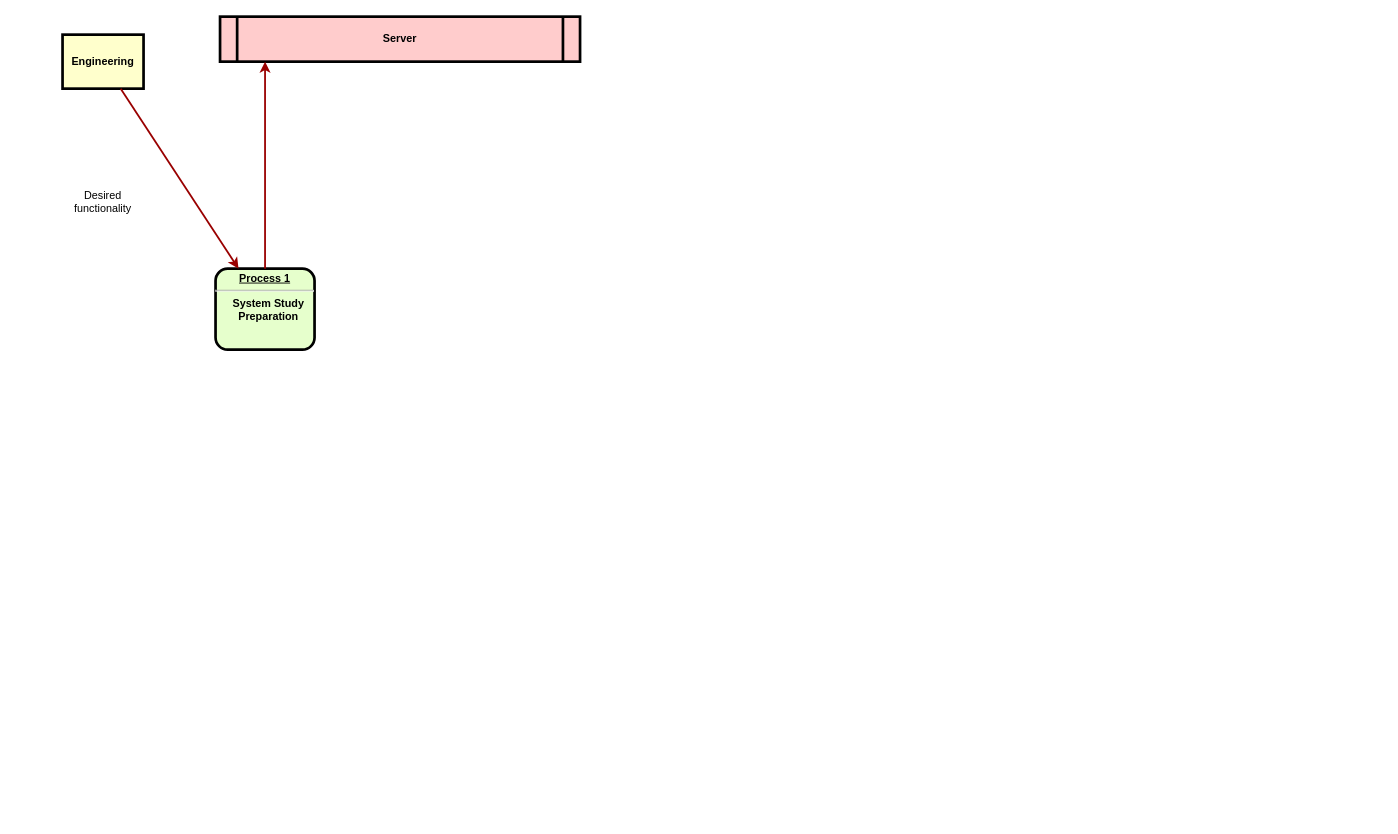
This is Untitled Diagram.drawio from Havasneeze/Adventure1, a draw.io file, before an edit. Source tidied: cells renumbered, new cells numbered last; positions are measured from the earlier drawing's top-left corner, leaving out a move shared by most shapes. Both pictures are drawn from the tidied source at 90%, with x=0, y=0 at pixel (62, 16).
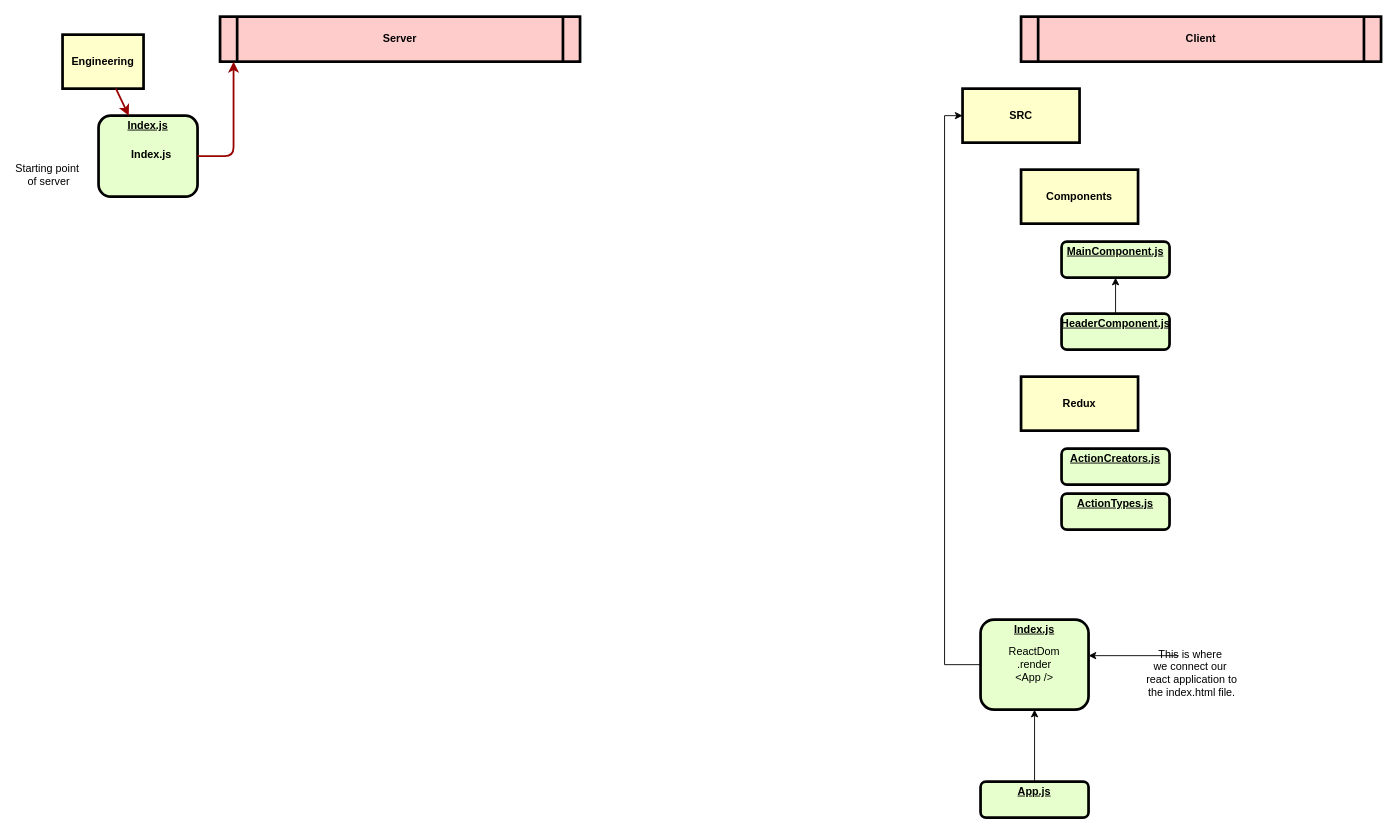
After the change.

Unchanged cells that the change refers to:
```xml
<mxCell id="4" value="Server" style="shape=process;whiteSpace=wrap;align=center;verticalAlign=middle;size=0.0475;fontStyle=1;strokeWidth=3;fillColor=#FFCCCC;" parent="1" vertex="1">
  <mxGeometry x="175" width="400" height="50" as="geometry" />
</mxCell>
```

The edit, as a diff of the source:
```diff
@@
-    <mxCell id="2" value="&lt;p style=&quot;margin: 0px; margin-top: 4px; text-align: center; text-decoration: underline;&quot;&gt;&lt;strong&gt;Process 1&lt;br /&gt;&lt;/strong&gt;&lt;/p&gt;&lt;hr /&gt;&lt;p style=&quot;margin: 0px; margin-left: 8px;&quot;&gt;System Study&lt;/p&gt;&lt;p style=&quot;margin: 0px; margin-left: 8px;&quot;&gt;Preparation&lt;/p&gt;" style="verticalAlign=middle;align=center;overflow=fill;fontSize=12;fontFamily=Helvetica;html=1;rounded=1;fontStyle=1;strokeWidth=3;fillColor=#E6FFCC;" parent="1" vertex="1">
-      <mxGeometry x="170" y="280" width="110" height="90" as="geometry" />
+    <mxCell id="2" value="&lt;p style=&quot;margin: 0px ; margin-top: 4px ; text-align: center ; text-decoration: underline&quot;&gt;&lt;strong&gt;Index.js&lt;/strong&gt;&lt;/p&gt;&lt;p style=&quot;margin: 0px ; margin-top: 4px ; text-align: center ; text-decoration: underline&quot;&gt;&lt;strong&gt;&lt;br&gt;&lt;/strong&gt;&lt;/p&gt;&lt;p style=&quot;margin: 0px ; margin-left: 8px&quot;&gt;Index.js&lt;/p&gt;" style="verticalAlign=middle;align=center;overflow=fill;fontSize=12;fontFamily=Helvetica;html=1;rounded=1;fontStyle=1;strokeWidth=3;fillColor=#E6FFCC;" parent="1" vertex="1">
+      <mxGeometry x="40" y="110" width="110" height="90" as="geometry" />
     </mxCell>
@@
-    <mxCell id="6" value="Desired &#10;functionality" style="text;spacingTop=-5;align=center;" parent="1" vertex="1">
-      <mxGeometry x="30" y="190" width="30" height="20" as="geometry" />
+    <mxCell id="6" value="Starting point &#10;of server" style="text;spacingTop=-5;align=center;" parent="1" vertex="1">
+      <mxGeometry x="-30" y="160" width="30" height="20" as="geometry" />
     </mxCell>
-    <mxCell id="7" style="edgeStyle=elbowEdgeStyle;elbow=horizontal;strokeColor=#990000;strokeWidth=2;" parent="1" edge="1" source="2" target="4">
+    <mxCell id="7" style="edgeStyle=elbowEdgeStyle;elbow=horizontal;strokeColor=#990000;strokeWidth=2;exitX=1;exitY=0.5;exitDx=0;exitDy=0;" parent="1" edge="1" source="2" target="4">
       <mxGeometry relative="1" as="geometry">
         <Array as="points">
-          <mxPoint x="230" y="360" />
+          <mxPoint x="190" y="170" />
         </Array>
       </mxGeometry>
     </mxCell>
+    <mxCell id="8" value="SRC" style="whiteSpace=wrap;align=center;verticalAlign=middle;fontStyle=1;strokeWidth=3;fillColor=#FFFFCC;" parent="1" vertex="1">
+      <mxGeometry x="1000" y="80" width="130" height="60" as="geometry" />
+    </mxCell>
+    <mxCell id="9" value="Client" style="shape=process;whiteSpace=wrap;align=center;verticalAlign=middle;size=0.0475;fontStyle=1;strokeWidth=3;fillColor=#FFCCCC;" parent="1" vertex="1">
+      <mxGeometry x="1065" width="400" height="50" as="geometry" />
+    </mxCell>
+    <mxCell id="10" style="edgeStyle=orthogonalEdgeStyle;rounded=0;jettySize=auto;html=1;entryX=1;entryY=0.4;entryDx=0;entryDy=0;entryPerimeter=0;" parent="1" edge="1" source="11" target="19">
+      <mxGeometry relative="1" as="geometry" />
+    </mxCell>
+    <mxCell id="11" value="This is where &#10;we connect our &#10;react application to &#10;the index.html file." style="text;spacingTop=-5;align=center;" parent="1" vertex="1">
+      <mxGeometry x="1240" y="700" width="30" height="20" as="geometry" />
+    </mxCell>
+    <mxCell id="12" value="Components" style="whiteSpace=wrap;align=center;verticalAlign=middle;fontStyle=1;strokeWidth=3;fillColor=#FFFFCC;" parent="1" vertex="1">
+      <mxGeometry x="1065" y="170" width="130" height="60" as="geometry" />
+    </mxCell>
+    <mxCell id="13" value="Redux" style="whiteSpace=wrap;align=center;verticalAlign=middle;fontStyle=1;strokeWidth=3;fillColor=#FFFFCC;" parent="1" vertex="1">
+      <mxGeometry x="1065" y="400" width="130" height="60" as="geometry" />
+    </mxCell>
+    <mxCell id="14" value="&lt;p style=&quot;margin: 0px ; margin-top: 4px ; text-align: center ; text-decoration: underline&quot;&gt;&lt;strong&gt;ActionCreators.js&lt;/strong&gt;&lt;/p&gt;" style="verticalAlign=middle;align=center;overflow=fill;fontSize=12;fontFamily=Helvetica;html=1;rounded=1;fontStyle=1;strokeWidth=3;fillColor=#E6FFCC;" parent="1" vertex="1">
+      <mxGeometry x="1110" y="480" width="120" height="40" as="geometry" />
+    </mxCell>
+    <mxCell id="15" value="&lt;p style=&quot;margin: 0px ; margin-top: 4px ; text-align: center ; text-decoration: underline&quot;&gt;&lt;strong&gt;ActionTypes.js&lt;/strong&gt;&lt;/p&gt;" style="verticalAlign=middle;align=center;overflow=fill;fontSize=12;fontFamily=Helvetica;html=1;rounded=1;fontStyle=1;strokeWidth=3;fillColor=#E6FFCC;" parent="1" vertex="1">
+      <mxGeometry x="1110" y="530" width="120" height="40" as="geometry" />
+    </mxCell>
+    <mxCell id="16" style="edgeStyle=orthogonalEdgeStyle;rounded=0;jettySize=auto;html=1;" parent="1" edge="1" source="17" target="19">
+      <mxGeometry relative="1" as="geometry" />
+    </mxCell>
+    <mxCell id="17" value="&lt;p style=&quot;margin: 0px ; margin-top: 4px ; text-align: center ; text-decoration: underline&quot;&gt;&lt;strong&gt;App.js&lt;/strong&gt;&lt;/p&gt;" style="verticalAlign=middle;align=center;overflow=fill;fontSize=12;fontFamily=Helvetica;html=1;rounded=1;fontStyle=1;strokeWidth=3;fillColor=#E6FFCC;" parent="1" vertex="1">
+      <mxGeometry x="1020" y="850" width="120" height="40" as="geometry" />
+    </mxCell>
+    <mxCell id="18" style="group;" parent="1" vertex="1">
+      <mxGeometry x="1020" y="670" width="120" height="100" as="geometry" />
+    </mxCell>
+    <mxCell id="19" value="&lt;p style=&quot;margin: 0px ; margin-top: 4px ; text-align: center ; text-decoration: underline&quot;&gt;&lt;strong&gt;Index.js&lt;/strong&gt;&lt;/p&gt;" style="verticalAlign=middle;align=center;overflow=fill;fontSize=12;fontFamily=Helvetica;html=1;rounded=1;fontStyle=1;strokeWidth=3;fillColor=#E6FFCC;" parent="18" vertex="1">
+      <mxGeometry width="120" height="100" as="geometry" />
+    </mxCell>
+    <mxCell id="20" value="ReactDom&lt;br&gt;.render &amp;lt;App /&amp;gt;" style="text;html=1;strokeColor=none;fillColor=none;align=center;verticalAlign=middle;whiteSpace=wrap;rounded=0;" parent="18" vertex="1">
+      <mxGeometry x="40" y="40" width="40" height="20" as="geometry" />
+    </mxCell>
+    <mxCell id="21" style="edgeStyle=orthogonalEdgeStyle;rounded=0;jettySize=auto;html=1;" parent="1" edge="1" source="22" target="23">
+      <mxGeometry relative="1" as="geometry" />
+    </mxCell>
+    <mxCell id="22" value="&lt;p style=&quot;margin: 0px ; margin-top: 4px ; text-align: center ; text-decoration: underline&quot;&gt;&lt;strong&gt;HeaderComponent.js&lt;/strong&gt;&lt;/p&gt;" style="verticalAlign=middle;align=center;overflow=fill;fontSize=12;fontFamily=Helvetica;html=1;rounded=1;fontStyle=1;strokeWidth=3;fillColor=#E6FFCC;" parent="1" vertex="1">
+      <mxGeometry x="1110" y="330" width="120" height="40" as="geometry" />
+    </mxCell>
+    <mxCell id="23" value="&lt;p style=&quot;margin: 0px ; margin-top: 4px ; text-align: center ; text-decoration: underline&quot;&gt;&lt;strong&gt;MainComponent.js&lt;/strong&gt;&lt;/p&gt;" style="verticalAlign=middle;align=center;overflow=fill;fontSize=12;fontFamily=Helvetica;html=1;rounded=1;fontStyle=1;strokeWidth=3;fillColor=#E6FFCC;" parent="1" vertex="1">
+      <mxGeometry x="1110" y="250" width="120" height="40" as="geometry" />
+    </mxCell>
+    <mxCell id="24" style="edgeStyle=orthogonalEdgeStyle;rounded=0;jettySize=auto;html=1;entryX=0;entryY=0.5;entryDx=0;entryDy=0;" parent="1" edge="1" source="19" target="8">
+      <mxGeometry relative="1" as="geometry">
+        <Array as="points">
+          <mxPoint x="980" y="720" />
+          <mxPoint x="980" y="110" />
+        </Array>
+      </mxGeometry>
+    </mxCell>
```
